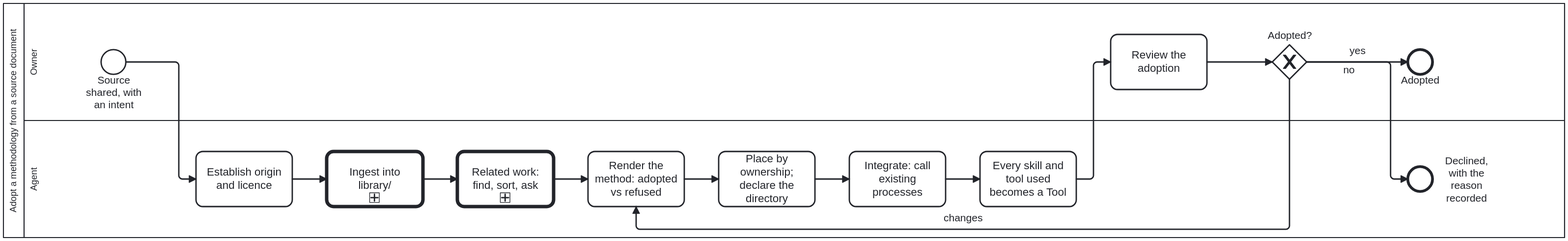
litlfred/cat-harness keeps this BPMN diagram as docs/assets/img/workflows/methodology-from-source.svg. Above is the earlier version. Its source is kept beside it as processes/library/methodology-from-source.bpmn. Ids are renumbered. The source it was exported from:
```xml
<bpmn:definitions xmlns:bpmn="http://www.omg.org/spec/BPMN/20100524/MODEL"
                  xmlns:bpmndi="http://www.omg.org/spec/BPMN/20100524/DI"
                  xmlns:dc="http://www.omg.org/spec/DD/20100524/DC"
                  xmlns:di="http://www.omg.org/spec/DD/20100524/DI"
                  xmlns:bootstrap.processes="https://litlfred.github.io/bootstrap/v0/processes/ns#"
                  xmlns:cat-harness.processes="https://litlfred.github.io/cat-harness/v0/processes/ns#"
                  id="Definitions_Process_MethodologyFromSource" targetNamespace="https://litlfred.github.io/folio-assistant/workflows"
                  exporter="folio-assistant" exporterVersion="1">
  <bpmn:import namespace="https://litlfred.github.io/bootstrap/v0/processes/ns#" location="https://litlfred.github.io/bootstrap/v0/processes/ns.jsonld" importType="http://www.w3.org/ns/json-ld"/>
  <bpmn:resource id="authoring-agent" name="Authoring agent"/>
  <bpmn:resource id="user" name="User"/>
  <bpmn:collaboration id="Collaboration_Process_MethodologyFromSource">
    <bpmn:participant id="Participant_Process_MethodologyFromSource" name="Adopt a methodology from a source document" processRef="Process_MethodologyFromSource"/>
  </bpmn:collaboration>
  <bpmn:process id="Process_MethodologyFromSource" name="Adopt a methodology from a source document" isExecutable="false">
    <bpmn:documentation>Adopt the method of a shared paper, book or standard: origin and licence, ingestion, what is adopted and refused, placement by ownership, integration by calling existing processes, and the owner's review. The general process an agent follows when someone shares a paper, book or standard and asks for its method to be used: establish origin and licence, ingest it, render what the method says with what is adopted and refused, place it by ownership, integrate it into the processes that already exist by calling them rather than copying them, make every skill and tool it uses a declared Tool, relate it to existing beans and issues, and put the adoption to the owner. Written 2026-09-23 while adopting WireGen (arXiv:2312.07755) as the worked case. Operating skill: adopt-methodology-from-source; the adoption rules themselves are folio-assistant's methodology-adoption.</bpmn:documentation>
    <bpmn:extensionElements>
      <cat-harness.processes:policy enforcement="advisory"/>
    </bpmn:extensionElements>
    <bpmn:laneSet id="LaneSet_Process_MethodologyFromSource">
      <bpmn:lane id="Lane_Owner" name="Owner" partitionElementRef="user">
        <bpmn:documentation>Shares the source and the intent in chat, answers the coordination question, and decides the adoption. Only the owner accepts an adoption or moves a proposal's status.</bpmn:documentation>
        <bpmn:flowNodeRef>Start_MFS</bpmn:flowNodeRef>
        <bpmn:flowNodeRef>O_Review</bpmn:flowNodeRef>
        <bpmn:flowNodeRef>GW_Decision</bpmn:flowNodeRef>
        <bpmn:flowNodeRef>End_Adopted</bpmn:flowNodeRef>
      </bpmn:lane>
      <bpmn:lane id="Lane_Agent" name="Agent" partitionElementRef="authoring-agent">
        <bpmn:documentation>Does every step between the share and the review, and records each decision it made with its reason, so the owner reviews a record rather than an impression.</bpmn:documentation>
        <bpmn:flowNodeRef>A_Origin</bpmn:flowNodeRef>
        <bpmn:flowNodeRef>Call_Ingest</bpmn:flowNodeRef>
        <bpmn:flowNodeRef>Call_RelatedWork</bpmn:flowNodeRef>
        <bpmn:flowNodeRef>A_Render</bpmn:flowNodeRef>
        <bpmn:flowNodeRef>A_Place</bpmn:flowNodeRef>
        <bpmn:flowNodeRef>A_Integrate</bpmn:flowNodeRef>
        <bpmn:flowNodeRef>A_Tools</bpmn:flowNodeRef>
        <bpmn:flowNodeRef>End_Declined</bpmn:flowNodeRef>
      </bpmn:lane>
    </bpmn:laneSet>
    <bpmn:startEvent id="Start_MFS" name="Source shared, with an intent"/>
    <bpmn:task id="A_Origin" name="Establish origin and licence">
      <bpmn:documentation>Authors, publication, identifier, and the licence the source itself states. No stated licence means reference only: headings, page ranges and a summary in our own words; the file stays in uploads/ (git-ignored) pinned by checksum. A method with no origin is a house process; write a skill instead.</bpmn:documentation>
      <bpmn:extensionElements><bootstrap.processes:skill ref="adopt-methodology-from-source"/></bpmn:extensionElements>
    </bpmn:task>
    <bpmn:callActivity id="Call_Ingest" name="Ingest into library/" calledElement="Process_Ingestion">
      <bpmn:documentation>The harness's basic ingestion flow (`document-ingestion.bpmn`, `Process_Ingestion`): the source is accepted, its metadata goes into the KG, and it is catalogued in library/ — held if materialized, recorded as referenced if not. Since placement PR6 (bean `apcg`) the flow makes no content-type decision: reading a document into sections and blocks — choosing the rung mechanically (embedded outline, pages, OCR), and writing section text only when the licence allows it — is a refinement in the layer above, which calls this same flow first.</bpmn:documentation>
    </bpmn:callActivity>
    <bpmn:callActivity id="Call_RelatedWork" name="Related work: find, sort, ask" calledElement="Process_RelatedWork">
      <bpmn:documentation>Search beans, issues and open PRs for work the method touches, categorize and summarize them, and ask the owner whether and how to coordinate. CRDM calls the same sub-process.</bpmn:documentation>
    </bpmn:callActivity>
    <bpmn:task id="A_Render" name="Render the method: adopted vs refused">
      <bpmn:documentation>What the source says, section by section, then a table of what this platform adopts and what it refuses, each with a reason. Extensions beyond the source (such as web plus mobile where the paper studied mobile) are stated as ours. Reported results are not imported as facts.</bpmn:documentation>
      <bpmn:extensionElements><bootstrap.processes:skill ref="methodology-adoption"/></bpmn:extensionElements>
    </bpmn:task>
    <bpmn:task id="A_Place" name="Place by ownership; declare the directory">
      <bpmn:documentation>A domain-neutral method belongs to the harness and a domain method to the folio that owns the domain. If the session cannot write where it belongs, draft it where it can, say so in the file, and open a bean to move it.</bpmn:documentation>
      <bpmn:extensionElements><bootstrap.processes:skill ref="methodology-adoption"/></bpmn:extensionElements>
    </bpmn:task>
    <bpmn:task id="A_Integrate" name="Integrate: call existing processes">
      <bpmn:documentation>The method's steps become a process whose judgement points call the processes that already exist (adjudication, options analysis, review) by calledElement. Nothing is re-implemented. A needed change to an existing process becomes a bean against its owner.</bpmn:documentation>
      <bpmn:extensionElements><bootstrap.processes:skill ref="adopt-methodology-from-source"/></bpmn:extensionElements>
    </bpmn:task>
    <bpmn:task id="A_Tools" name="Every skill and tool used becomes a Tool">
      <bpmn:documentation>Each script, CLI or checker the process relies on gets a Tool node in cat-harness/tools/index.ts that satisfies a named skill, validated by folio-assistant's ToolDefinitionSchema.</bpmn:documentation>
      <bpmn:extensionElements><bootstrap.processes:skill ref="adopt-methodology-from-source"/></bpmn:extensionElements>
    </bpmn:task>
    <bpmn:task id="O_Review" name="Review the adoption">
      <bpmn:extensionElements><cat-harness.processes:no-skill reason="The owner's judgement over the rendered method, its refusals and its placement."/></bpmn:extensionElements>
    </bpmn:task>
    <bpmn:exclusiveGateway id="GW_Decision" name="Adopted?">
      <bpmn:documentation>The reviewer's decision on the adoption. `yes` adopts it; `no` declines with the reason recorded; `changes` goes back to A_Render, the step that writes the adopted-against-refused table, so the agent re-runs render, placement, integration and tools and the owner reviews the result again. Only the owner accepts an adoption.</bpmn:documentation>
    </bpmn:exclusiveGateway>
    <bpmn:endEvent id="End_Adopted" name="Adopted"/>
    <bpmn:endEvent id="End_Declined" name="Declined, with the reason recorded"/>
    <bpmn:sequenceFlow id="SF_Process_MethodologyFromSource_1" sourceRef="Start_MFS" targetRef="A_Origin"/>
    <bpmn:sequenceFlow id="SF_Process_MethodologyFromSource_2" sourceRef="A_Origin" targetRef="Call_Ingest"/>
    <bpmn:sequenceFlow id="SF_Process_MethodologyFromSource_3" sourceRef="Call_Ingest" targetRef="Call_RelatedWork"/>
    <bpmn:sequenceFlow id="SF_Process_MethodologyFromSource_4" sourceRef="Call_RelatedWork" targetRef="A_Render"/>
    <bpmn:sequenceFlow id="SF_Process_MethodologyFromSource_5" sourceRef="A_Render" targetRef="A_Place"/>
    <bpmn:sequenceFlow id="SF_Process_MethodologyFromSource_6" sourceRef="A_Place" targetRef="A_Integrate"/>
    <bpmn:sequenceFlow id="SF_Process_MethodologyFromSource_7" sourceRef="A_Integrate" targetRef="A_Tools"/>
    <bpmn:sequenceFlow id="SF_Process_MethodologyFromSource_8" sourceRef="A_Tools" targetRef="O_Review"/>
    <bpmn:sequenceFlow id="SF_Process_MethodologyFromSource_9" sourceRef="O_Review" targetRef="GW_Decision"/>
    <bpmn:sequenceFlow id="SF_Process_MethodologyFromSource_10" name="yes" sourceRef="GW_Decision" targetRef="End_Adopted"/>
    <bpmn:sequenceFlow id="SF_Process_MethodologyFromSource_11" name="no" sourceRef="GW_Decision" targetRef="End_Declined"/>
    <bpmn:sequenceFlow id="SF_Process_MethodologyFromSource_12" name="changes" sourceRef="GW_Decision" targetRef="A_Render"/>
  </bpmn:process>
  <bpmndi:BPMNDiagram id="Diagram_Process_MethodologyFromSource">
    <bpmndi:BPMNPlane id="Plane_Process_MethodologyFromSource" bpmnElement="Collaboration_Process_MethodologyFromSource">
      <bpmndi:BPMNShape id="Shape_Participant_Process_MethodologyFromSource" bpmnElement="Participant_Process_MethodologyFromSource" isHorizontal="true">
        <dc:Bounds x="160" y="80" width="2270" height="340" />
      </bpmndi:BPMNShape>
      <bpmndi:BPMNShape id="Shape_Lane_Owner" bpmnElement="Lane_Owner" isHorizontal="true">
        <dc:Bounds x="190" y="80" width="2240" height="170" />
      </bpmndi:BPMNShape>
      <bpmndi:BPMNShape id="Shape_Lane_Agent" bpmnElement="Lane_Agent" isHorizontal="true">
        <dc:Bounds x="190" y="250" width="2240" height="170" />
      </bpmndi:BPMNShape>
      <bpmndi:BPMNShape id="Shape_Start_MFS" bpmnElement="Start_MFS">
        <dc:Bounds x="302" y="147" width="36" height="36" />
      </bpmndi:BPMNShape>
      <bpmndi:BPMNShape id="Shape_A_Origin" bpmnElement="A_Origin">
        <dc:Bounds x="440" y="295" width="140" height="80" />
      </bpmndi:BPMNShape>
      <bpmndi:BPMNShape id="Shape_Call_Ingest" bpmnElement="Call_Ingest">
        <dc:Bounds x="630" y="295" width="140" height="80" />
      </bpmndi:BPMNShape>
      <bpmndi:BPMNShape id="Shape_Call_RelatedWork" bpmnElement="Call_RelatedWork">
        <dc:Bounds x="820" y="295" width="140" height="80" />
      </bpmndi:BPMNShape>
      <bpmndi:BPMNShape id="Shape_A_Render" bpmnElement="A_Render">
        <dc:Bounds x="1010" y="295" width="140" height="80" />
      </bpmndi:BPMNShape>
      <bpmndi:BPMNShape id="Shape_A_Place" bpmnElement="A_Place">
        <dc:Bounds x="1200" y="295" width="140" height="80" />
      </bpmndi:BPMNShape>
      <bpmndi:BPMNShape id="Shape_A_Integrate" bpmnElement="A_Integrate">
        <dc:Bounds x="1390" y="295" width="140" height="80" />
      </bpmndi:BPMNShape>
      <bpmndi:BPMNShape id="Shape_A_Tools" bpmnElement="A_Tools">
        <dc:Bounds x="1580" y="295" width="140" height="80" />
      </bpmndi:BPMNShape>
      <bpmndi:BPMNShape id="Shape_O_Review" bpmnElement="O_Review">
        <dc:Bounds x="1770" y="125" width="140" height="80" />
      </bpmndi:BPMNShape>
      <bpmndi:BPMNShape id="Shape_GW_Decision" bpmnElement="GW_Decision" isMarkerVisible="true">
        <dc:Bounds x="2005" y="140" width="50" height="50" />
        <bpmndi:BPMNLabel><dc:Bounds x="1985" y="118" width="90" height="18" /></bpmndi:BPMNLabel>
      </bpmndi:BPMNShape>
      <bpmndi:BPMNShape id="Shape_End_Adopted" bpmnElement="End_Adopted">
        <dc:Bounds x="2202" y="147" width="36" height="36" />
      </bpmndi:BPMNShape>
      <bpmndi:BPMNShape id="Shape_End_Declined" bpmnElement="End_Declined">
        <dc:Bounds x="2202" y="317" width="36" height="36" />
        <bpmndi:BPMNLabel><dc:Bounds x="2242" y="299.5" width="90" height="71" /></bpmndi:BPMNLabel>
      </bpmndi:BPMNShape>
      <bpmndi:BPMNEdge id="Edge_SF_Process_MethodologyFromSource_1" bpmnElement="SF_Process_MethodologyFromSource_1">
        <di:waypoint x="338" y="165" />
        <di:waypoint x="415" y="165" />
        <di:waypoint x="415" y="335" />
        <di:waypoint x="440" y="335" />
      </bpmndi:BPMNEdge>
      <bpmndi:BPMNEdge id="Edge_SF_Process_MethodologyFromSource_2" bpmnElement="SF_Process_MethodologyFromSource_2">
        <di:waypoint x="580" y="335" />
        <di:waypoint x="630" y="335" />
      </bpmndi:BPMNEdge>
      <bpmndi:BPMNEdge id="Edge_SF_Process_MethodologyFromSource_3" bpmnElement="SF_Process_MethodologyFromSource_3">
        <di:waypoint x="770" y="335" />
        <di:waypoint x="820" y="335" />
      </bpmndi:BPMNEdge>
      <bpmndi:BPMNEdge id="Edge_SF_Process_MethodologyFromSource_4" bpmnElement="SF_Process_MethodologyFromSource_4">
        <di:waypoint x="960" y="335" />
        <di:waypoint x="1010" y="335" />
      </bpmndi:BPMNEdge>
      <bpmndi:BPMNEdge id="Edge_SF_Process_MethodologyFromSource_5" bpmnElement="SF_Process_MethodologyFromSource_5">
        <di:waypoint x="1150" y="335" />
        <di:waypoint x="1200" y="335" />
      </bpmndi:BPMNEdge>
      <bpmndi:BPMNEdge id="Edge_SF_Process_MethodologyFromSource_6" bpmnElement="SF_Process_MethodologyFromSource_6">
        <di:waypoint x="1340" y="335" />
        <di:waypoint x="1390" y="335" />
      </bpmndi:BPMNEdge>
      <bpmndi:BPMNEdge id="Edge_SF_Process_MethodologyFromSource_7" bpmnElement="SF_Process_MethodologyFromSource_7">
        <di:waypoint x="1530" y="335" />
        <di:waypoint x="1580" y="335" />
      </bpmndi:BPMNEdge>
      <bpmndi:BPMNEdge id="Edge_SF_Process_MethodologyFromSource_8" bpmnElement="SF_Process_MethodologyFromSource_8">
        <di:waypoint x="1720" y="335" />
        <di:waypoint x="1745" y="335" />
        <di:waypoint x="1745" y="165" />
        <di:waypoint x="1770" y="165" />
      </bpmndi:BPMNEdge>
      <bpmndi:BPMNEdge id="Edge_SF_Process_MethodologyFromSource_9" bpmnElement="SF_Process_MethodologyFromSource_9">
        <di:waypoint x="1910" y="165" />
        <di:waypoint x="2005" y="165" />
      </bpmndi:BPMNEdge>
      <bpmndi:BPMNEdge id="Edge_SF_Process_MethodologyFromSource_10" bpmnElement="SF_Process_MethodologyFromSource_10">
        <di:waypoint x="2055" y="165" />
        <di:waypoint x="2202" y="165" />
      </bpmndi:BPMNEdge>
      <bpmndi:BPMNEdge id="Edge_SF_Process_MethodologyFromSource_11" bpmnElement="SF_Process_MethodologyFromSource_11">
        <di:waypoint x="2055" y="165" />
        <di:waypoint x="2177" y="165" />
        <di:waypoint x="2177" y="335" />
        <di:waypoint x="2202" y="335" />
        <bpmndi:BPMNLabel><dc:Bounds x="2071" y="168" width="90" height="17" /></bpmndi:BPMNLabel>
      </bpmndi:BPMNEdge>
      <bpmndi:BPMNEdge id="Edge_SF_Process_MethodologyFromSource_12" bpmnElement="SF_Process_MethodologyFromSource_12">
        <di:waypoint x="2030" y="190" />
        <di:waypoint x="2030" y="408" />
        <di:waypoint x="1080" y="408" />
        <di:waypoint x="1080" y="375" />
      </bpmndi:BPMNEdge>
    </bpmndi:BPMNPlane>
  </bpmndi:BPMNDiagram>
</bpmn:definitions>
```
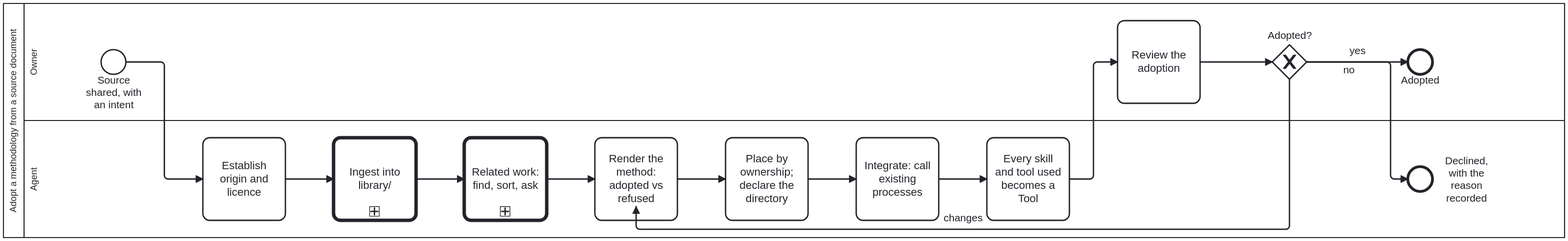
Later version of the same file.

Change to the diagram source:
```diff
@@ -100,78 +100,78 @@
         <dc:Bounds x="302" y="147" width="36" height="36" />
       </bpmndi:BPMNShape>
       <bpmndi:BPMNShape id="Shape_A_Origin" bpmnElement="A_Origin">
-        <dc:Bounds x="440" y="295" width="140" height="80" />
+        <dc:Bounds x="450" y="275" width="120" height="120" />
       </bpmndi:BPMNShape>
       <bpmndi:BPMNShape id="Shape_Call_Ingest" bpmnElement="Call_Ingest">
-        <dc:Bounds x="630" y="295" width="140" height="80" />
+        <dc:Bounds x="640" y="275" width="120" height="120" />
       </bpmndi:BPMNShape>
       <bpmndi:BPMNShape id="Shape_Call_RelatedWork" bpmnElement="Call_RelatedWork">
-        <dc:Bounds x="820" y="295" width="140" height="80" />
+        <dc:Bounds x="830" y="275" width="120" height="120" />
       </bpmndi:BPMNShape>
       <bpmndi:BPMNShape id="Shape_A_Render" bpmnElement="A_Render">
-        <dc:Bounds x="1010" y="295" width="140" height="80" />
+        <dc:Bounds x="1020" y="275" width="120" height="120" />
       </bpmndi:BPMNShape>
       <bpmndi:BPMNShape id="Shape_A_Place" bpmnElement="A_Place">
-        <dc:Bounds x="1200" y="295" width="140" height="80" />
+        <dc:Bounds x="1210" y="275" width="120" height="120" />
       </bpmndi:BPMNShape>
       <bpmndi:BPMNShape id="Shape_A_Integrate" bpmnElement="A_Integrate">
-        <dc:Bounds x="1390" y="295" width="140" height="80" />
+        <dc:Bounds x="1400" y="275" width="120" height="120" />
       </bpmndi:BPMNShape>
       <bpmndi:BPMNShape id="Shape_A_Tools" bpmnElement="A_Tools">
-        <dc:Bounds x="1580" y="295" width="140" height="80" />
+        <dc:Bounds x="1590" y="275" width="120" height="120" />
       </bpmndi:BPMNShape>
       <bpmndi:BPMNShape id="Shape_O_Review" bpmnElement="O_Review">
-        <dc:Bounds x="1770" y="125" width="140" height="80" />
+        <dc:Bounds x="1780" y="105" width="120" height="120" />
       </bpmndi:BPMNShape>
       <bpmndi:BPMNShape id="Shape_GW_Decision" bpmnElement="GW_Decision" isMarkerVisible="true">
         <dc:Bounds x="2005" y="140" width="50" height="50" />
-        <bpmndi:BPMNLabel><dc:Bounds x="1985" y="118" width="90" height="18" /></bpmndi:BPMNLabel>
-      </bpmndi:BPMNShape>
+
+      <bpmndi:BPMNLabel><dc:Bounds x="1985" y="118" width="90" height="18" /></bpmndi:BPMNLabel></bpmndi:BPMNShape>
       <bpmndi:BPMNShape id="Shape_End_Adopted" bpmnElement="End_Adopted">
         <dc:Bounds x="2202" y="147" width="36" height="36" />
       </bpmndi:BPMNShape>
       <bpmndi:BPMNShape id="Shape_End_Declined" bpmnElement="End_Declined">
         <dc:Bounds x="2202" y="317" width="36" height="36" />
-        <bpmndi:BPMNLabel><dc:Bounds x="2242" y="299.5" width="90" height="71" /></bpmndi:BPMNLabel>
-      </bpmndi:BPMNShape>
+
+      <bpmndi:BPMNLabel><dc:Bounds x="2242" y="299.5" width="90" height="71" /></bpmndi:BPMNLabel></bpmndi:BPMNShape>
       <bpmndi:BPMNEdge id="Edge_SF_Process_MethodologyFromSource_1" bpmnElement="SF_Process_MethodologyFromSource_1">
         <di:waypoint x="338" y="165" />
-        <di:waypoint x="415" y="165" />
-        <di:waypoint x="415" y="335" />
-        <di:waypoint x="440" y="335" />
+        <di:waypoint x="394" y="165" />
+        <di:waypoint x="394" y="335" />
+        <di:waypoint x="450" y="335" />
       </bpmndi:BPMNEdge>
       <bpmndi:BPMNEdge id="Edge_SF_Process_MethodologyFromSource_2" bpmnElement="SF_Process_MethodologyFromSource_2">
-        <di:waypoint x="580" y="335" />
-        <di:waypoint x="630" y="335" />
+        <di:waypoint x="570" y="335" />
+        <di:waypoint x="640" y="335" />
       </bpmndi:BPMNEdge>
       <bpmndi:BPMNEdge id="Edge_SF_Process_MethodologyFromSource_3" bpmnElement="SF_Process_MethodologyFromSource_3">
-        <di:waypoint x="770" y="335" />
-        <di:waypoint x="820" y="335" />
+        <di:waypoint x="760" y="335" />
+        <di:waypoint x="830" y="335" />
       </bpmndi:BPMNEdge>
       <bpmndi:BPMNEdge id="Edge_SF_Process_MethodologyFromSource_4" bpmnElement="SF_Process_MethodologyFromSource_4">
-        <di:waypoint x="960" y="335" />
-        <di:waypoint x="1010" y="335" />
+        <di:waypoint x="950" y="335" />
+        <di:waypoint x="1020" y="335" />
       </bpmndi:BPMNEdge>
       <bpmndi:BPMNEdge id="Edge_SF_Process_MethodologyFromSource_5" bpmnElement="SF_Process_MethodologyFromSource_5">
-        <di:waypoint x="1150" y="335" />
-        <di:waypoint x="1200" y="335" />
+        <di:waypoint x="1140" y="335" />
+        <di:waypoint x="1210" y="335" />
       </bpmndi:BPMNEdge>
       <bpmndi:BPMNEdge id="Edge_SF_Process_MethodologyFromSource_6" bpmnElement="SF_Process_MethodologyFromSource_6">
-        <di:waypoint x="1340" y="335" />
-        <di:waypoint x="1390" y="335" />
+        <di:waypoint x="1330" y="335" />
+        <di:waypoint x="1400" y="335" />
       </bpmndi:BPMNEdge>
       <bpmndi:BPMNEdge id="Edge_SF_Process_MethodologyFromSource_7" bpmnElement="SF_Process_MethodologyFromSource_7">
-        <di:waypoint x="1530" y="335" />
-        <di:waypoint x="1580" y="335" />
+        <di:waypoint x="1520" y="335" />
+        <di:waypoint x="1590" y="335" />
       </bpmndi:BPMNEdge>
       <bpmndi:BPMNEdge id="Edge_SF_Process_MethodologyFromSource_8" bpmnElement="SF_Process_MethodologyFromSource_8">
-        <di:waypoint x="1720" y="335" />
+        <di:waypoint x="1710" y="335" />
         <di:waypoint x="1745" y="335" />
         <di:waypoint x="1745" y="165" />
-        <di:waypoint x="1770" y="165" />
+        <di:waypoint x="1780" y="165" />
       </bpmndi:BPMNEdge>
       <bpmndi:BPMNEdge id="Edge_SF_Process_MethodologyFromSource_9" bpmnElement="SF_Process_MethodologyFromSource_9">
-        <di:waypoint x="1910" y="165" />
+        <di:waypoint x="1900" y="165" />
         <di:waypoint x="2005" y="165" />
       </bpmndi:BPMNEdge>
       <bpmndi:BPMNEdge id="Edge_SF_Process_MethodologyFromSource_10" bpmnElement="SF_Process_MethodologyFromSource_10">
```
